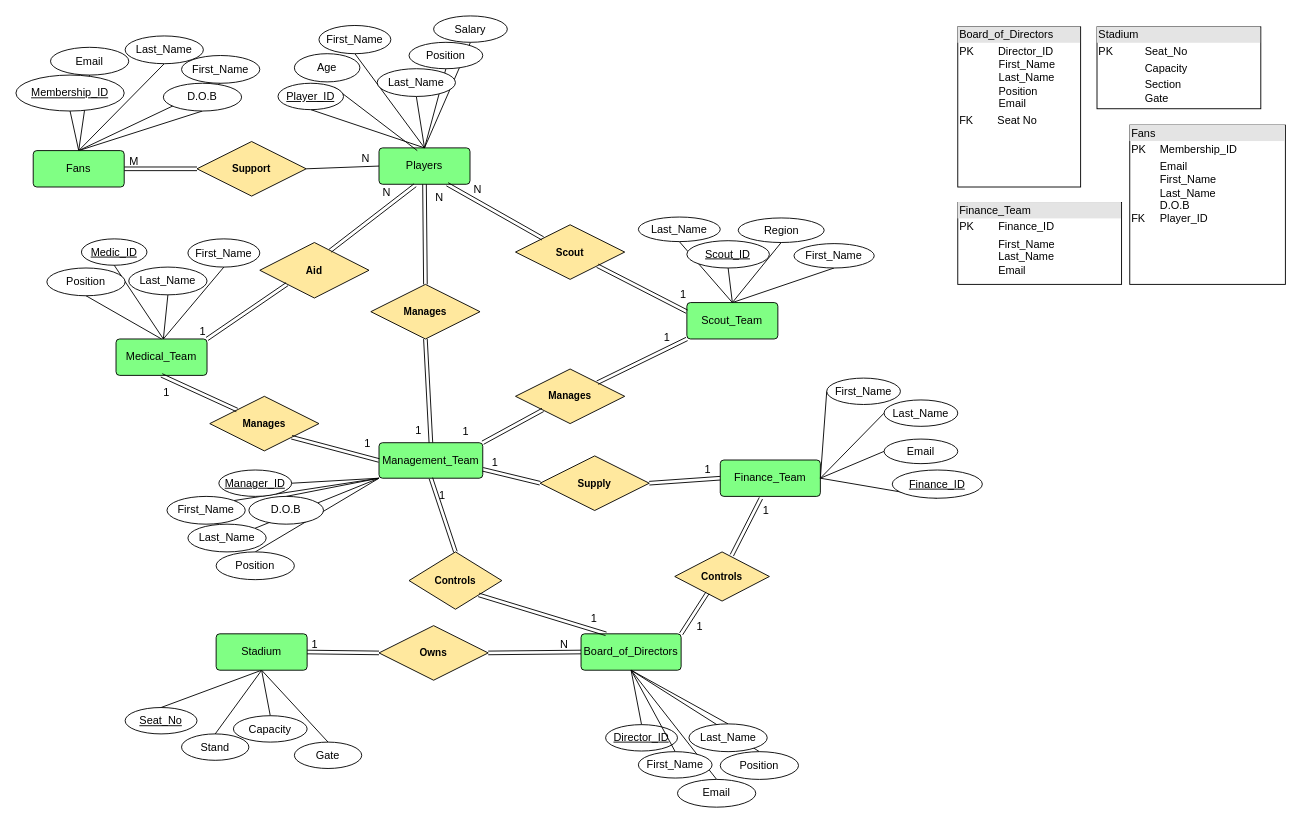
Above: page "ERD" (1 of 2) of ERDiagramupdated.drawio in Smithg8/Databases (draw.io), before the change. Source tidied: cells renumbered, new cells numbered last; positions are measured from the earlier drawing's top-left corner, leaving out a move shared by most shapes. Both pictures are drawn from the tidied source at 91%, with x=0, y=0 at pixel (15, 15).
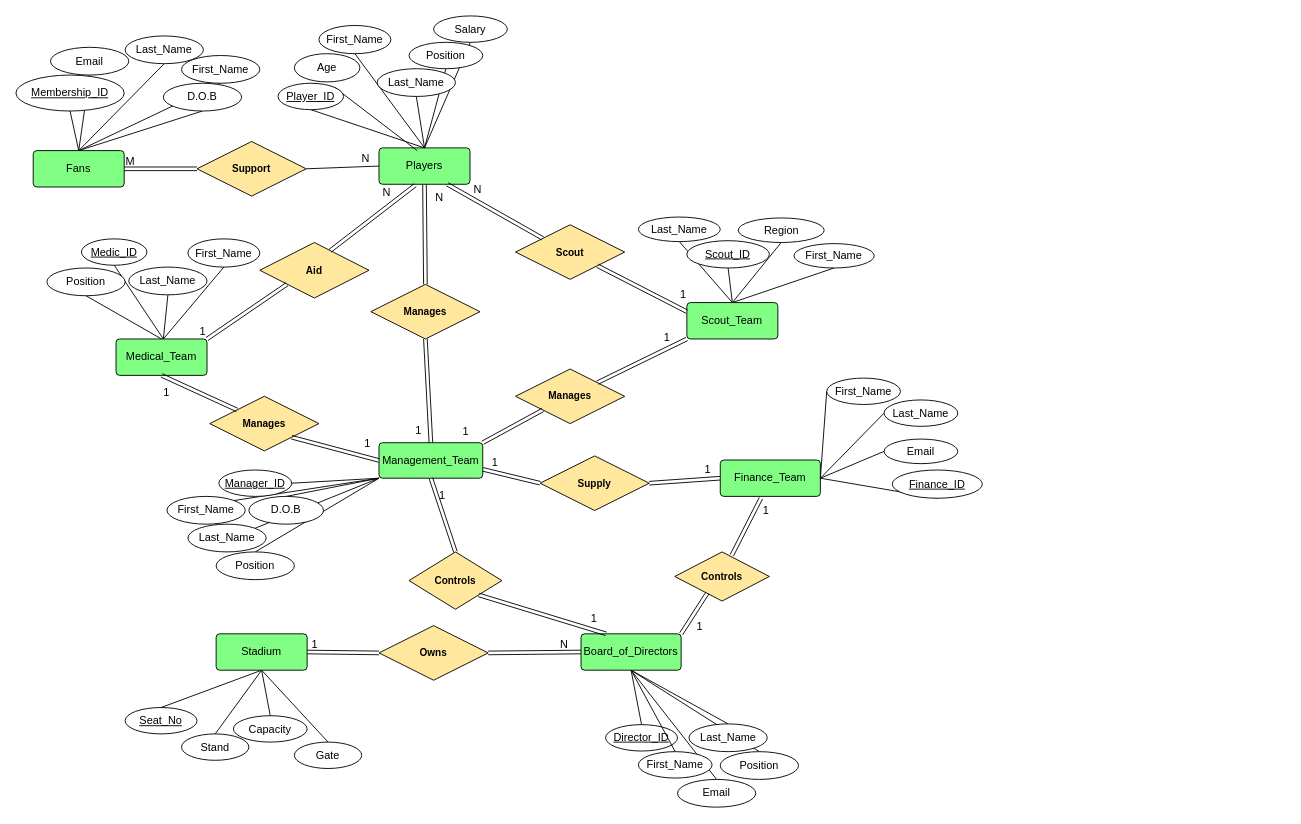
The same diagram, later.

Unchanged cells that the change refers to:
```xml
<mxCell id="90" value="Support" style="shape=rhombus;perimeter=rhombusPerimeter;whiteSpace=wrap;html=1;align=center;fontFamily=Helvetica;fontSize=11;fontColor=default;fillColor=#FFE89E;fontStyle=1;" parent="1" vertex="1">
  <mxGeometry x="199" y="138" width="120" height="60" as="geometry" />
</mxCell>
<mxCell id="137" value="Fans" style="rounded=1;arcSize=10;whiteSpace=wrap;html=1;align=center;fillColor=#80FF84;" parent="1" vertex="1">
  <mxGeometry x="19" y="148" width="100" height="40" as="geometry" />
</mxCell>
```

Change to the diagram source:
```diff
@@
-    <mxCell id="88" style="shape=link;html=1;rounded=0;entryX=0;entryY=0.5;entryDx=0;entryDy=0;exitX=1;exitY=0.5;exitDx=0;exitDy=0;" parent="1" edge="1" source="137" target="90">
-      <mxGeometry relative="1" as="geometry" />
-    </mxCell>
-    <mxCell id="89" value="M" style="html=1;whiteSpace=wrap;align=left;verticalAlign=bottom;" parent="88" vertex="1">
-      <mxGeometry x="-1" relative="1" as="geometry">
-        <mxPoint x="4" as="offset" />
-      </mxGeometry>
-    </mxCell>
@@
-    <mxCell id="132" value="&lt;div style=&quot;box-sizing:border-box;width:100%;background:#e4e4e4;padding:2px;&quot;&gt;Board_of_Directors&lt;/div&gt;&lt;table style=&quot;width:100%;font-size:1em;&quot; cellpadding=&quot;2&quot; cellspacing=&quot;0&quot;&gt;&lt;tbody&gt;&lt;tr&gt;&lt;td&gt;PK&amp;nbsp; &amp;nbsp; &amp;nbsp; &amp;nbsp; Director_ID&lt;br&gt;&amp;nbsp; &amp;nbsp; &amp;nbsp; &amp;nbsp; &amp;nbsp; &amp;nbsp; &amp;nbsp;First_Name&lt;br&gt;&amp;nbsp; &amp;nbsp; &amp;nbsp; &amp;nbsp; &amp;nbsp; &amp;nbsp; &amp;nbsp;Last_Name&lt;br&gt;&amp;nbsp; &amp;nbsp; &amp;nbsp; &amp;nbsp; &amp;nbsp; &amp;nbsp; &amp;nbsp;Position&lt;br&gt;&amp;nbsp; &amp;nbsp; &amp;nbsp; &amp;nbsp; &amp;nbsp; &amp;nbsp; &amp;nbsp;Email&lt;/td&gt;&lt;td&gt;&lt;/td&gt;&lt;/tr&gt;&lt;tr&gt;&lt;td&gt;FK&amp;nbsp; &amp;nbsp; &amp;nbsp; &amp;nbsp; Seat No&lt;/td&gt;&lt;td&gt;&lt;br&gt;&lt;/td&gt;&lt;/tr&gt;&lt;tr&gt;&lt;td&gt;&lt;/td&gt;&lt;td&gt;&lt;br&gt;&lt;/td&gt;&lt;/tr&gt;&lt;/tbody&gt;&lt;/table&gt;" style="verticalAlign=top;align=left;overflow=fill;html=1;whiteSpace=wrap;" parent="1" vertex="1">
-      <mxGeometry x="1035" y="12" width="135" height="176" as="geometry" />
-    </mxCell>
-    <mxCell id="133" value="&lt;div style=&quot;box-sizing:border-box;width:100%;background:#e4e4e4;padding:2px;&quot;&gt;Stadium&lt;/div&gt;&lt;table style=&quot;width:100%;font-size:1em;&quot; cellpadding=&quot;2&quot; cellspacing=&quot;0&quot;&gt;&lt;tbody&gt;&lt;tr&gt;&lt;td&gt;PK&lt;/td&gt;&lt;td&gt;Seat_No&lt;/td&gt;&lt;/tr&gt;&lt;tr&gt;&lt;td&gt;&lt;br&gt;&lt;/td&gt;&lt;td&gt;Capacity&lt;/td&gt;&lt;/tr&gt;&lt;tr&gt;&lt;td&gt;&lt;/td&gt;&lt;td&gt;Section&lt;br&gt;Gate&lt;/td&gt;&lt;/tr&gt;&lt;/tbody&gt;&lt;/table&gt;" style="verticalAlign=top;align=left;overflow=fill;html=1;whiteSpace=wrap;" parent="1" vertex="1">
-      <mxGeometry x="1188" y="12" width="180" height="90" as="geometry" />
-    </mxCell>
@@
-    <mxCell id="135" value="&lt;div style=&quot;box-sizing:border-box;width:100%;background:#e4e4e4;padding:2px;&quot;&gt;Finance_Team&lt;/div&gt;&lt;table style=&quot;width:100%;font-size:1em;&quot; cellpadding=&quot;2&quot; cellspacing=&quot;0&quot;&gt;&lt;tbody&gt;&lt;tr&gt;&lt;td&gt;PK&lt;/td&gt;&lt;td&gt;Finance_ID&lt;br&gt;&lt;/td&gt;&lt;/tr&gt;&lt;tr&gt;&lt;td&gt;&amp;nbsp; &amp;nbsp; &amp;nbsp;&lt;/td&gt;&lt;td&gt;First_Name&lt;br&gt;Last_Name&lt;br&gt;Email&lt;/td&gt;&lt;/tr&gt;&lt;/tbody&gt;&lt;/table&gt;" style="verticalAlign=top;align=left;overflow=fill;html=1;whiteSpace=wrap;" parent="1" vertex="1">
-      <mxGeometry x="1035" y="205" width="180" height="90" as="geometry" />
-    </mxCell>
-    <mxCell id="136" value="&lt;div style=&quot;box-sizing:border-box;width:100%;background:#e4e4e4;padding:2px;&quot;&gt;Fans&lt;/div&gt;&lt;table style=&quot;width:100%;font-size:1em;&quot; cellpadding=&quot;2&quot; cellspacing=&quot;0&quot;&gt;&lt;tbody&gt;&lt;tr&gt;&lt;td&gt;PK&lt;/td&gt;&lt;td&gt;Membership_ID&lt;br&gt;&lt;/td&gt;&lt;/tr&gt;&lt;tr&gt;&lt;td&gt;FK&lt;/td&gt;&lt;td&gt;Email&lt;br&gt;First_Name&lt;br&gt;Last_Name&lt;br&gt;D.O.B&lt;br&gt;Player_ID&lt;br&gt;&lt;br&gt;&lt;br&gt;&lt;br&gt;&lt;br&gt;&lt;/td&gt;&lt;/tr&gt;&lt;/tbody&gt;&lt;/table&gt;" style="verticalAlign=top;align=left;overflow=fill;html=1;whiteSpace=wrap;" parent="1" vertex="1">
-      <mxGeometry x="1224" y="120" width="171" height="175" as="geometry" />
-    </mxCell>
@@
+    <mxCell id="88" style="shape=link;html=1;rounded=0;entryX=0;entryY=0.5;entryDx=0;entryDy=0;exitX=1;exitY=0.5;exitDx=0;exitDy=0;" parent="1" edge="1" source="137" target="90">
+      <mxGeometry relative="1" as="geometry" />
+    </mxCell>
+    <mxCell id="89" value="M" style="html=1;whiteSpace=wrap;align=left;verticalAlign=bottom;" parent="88" vertex="1">
+      <mxGeometry x="-1" relative="1" as="geometry" />
+    </mxCell>
```
